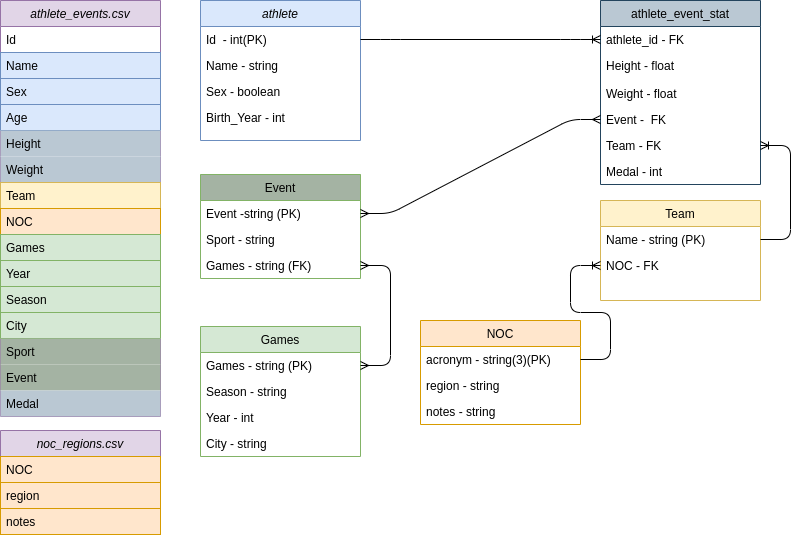
The draw.io diagram diagrama_db.png in leonardostefan/ps_celero_2021, before a commit. Source tidied: cells renumbered, new cells last; positions are measured from the earlier drawing's top-left corner, leaving out a move shared by most shapes.
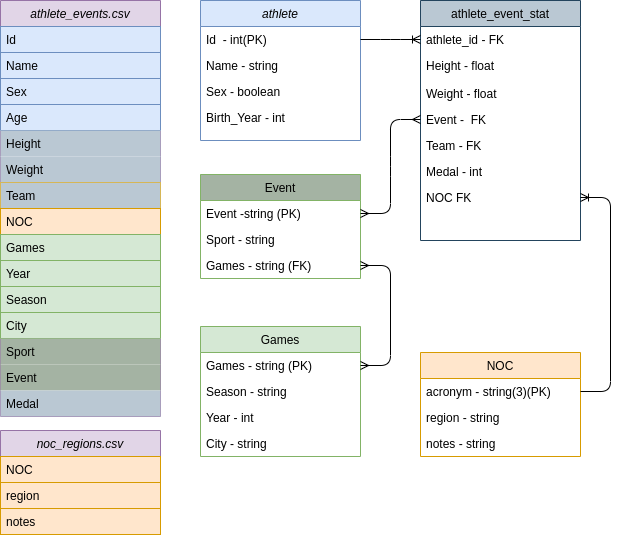
After the change.

Diff of the diagram source:
```diff
@@ -17,15 +17,6 @@
     <mxCell id="6" value="Birth_Year - int" style="text;align=left;verticalAlign=top;spacingLeft=4;spacingRight=4;overflow=hidden;rounded=0;shadow=0;html=0;" parent="2" vertex="1">
       <mxGeometry y="104" width="160" height="26" as="geometry" />
     </mxCell>
-    <mxCell id="7" value="Team" style="swimlane;fontStyle=0;align=center;verticalAlign=top;horizontal=1;startSize=26;rounded=0;shadow=0;strokeWidth=1;fillColor=#fff2cc;strokeColor=#d6b656;" parent="1" vertex="1">
-      <mxGeometry x="600" y="200" width="160" height="100" as="geometry" />
-    </mxCell>
-    <mxCell id="8" value="Name - string (PK)" style="text;align=left;verticalAlign=top;spacingLeft=4;spacingRight=4;overflow=hidden;points=[[0,0.5],[1,0.5]];portConstraint=eastwest;" parent="7" vertex="1">
-      <mxGeometry y="26" width="160" height="26" as="geometry" />
-    </mxCell>
-    <mxCell id="9" value="NOC - FK" style="text;align=left;verticalAlign=top;spacingLeft=4;spacingRight=4;overflow=hidden;points=[[0,0.5],[1,0.5]];portConstraint=eastwest;rounded=0;shadow=0;html=0;" parent="7" vertex="1">
-      <mxGeometry y="52" width="160" height="26" as="geometry" />
-    </mxCell>
     <mxCell id="10" value="Event" style="swimlane;fontStyle=0;align=center;verticalAlign=top;horizontal=1;startSize=26;rounded=0;shadow=0;strokeWidth=1;strokeColor=#82b366;fillColor=#A4B3A3;" parent="1" vertex="1">
       <mxGeometry x="200" y="174" width="160" height="104" as="geometry" />
     </mxCell>
@@ -39,7 +30,7 @@
       <mxGeometry y="78" width="160" height="26" as="geometry" />
     </mxCell>
     <mxCell id="14" value="athlete_event_stat" style="swimlane;fontStyle=0;align=center;verticalAlign=top;horizontal=1;startSize=26;rounded=0;shadow=0;strokeWidth=1;strokeColor=#23445d;fillColor=#BAC8D3;" parent="1" vertex="1">
-      <mxGeometry x="600" width="160" height="184" as="geometry" />
+      <mxGeometry x="420" width="160" height="240" as="geometry" />
     </mxCell>
     <mxCell id="15" value="athlete_id - FK" style="text;align=left;verticalAlign=top;spacingLeft=4;spacingRight=4;overflow=hidden;points=[[0,0.5],[1,0.5]];portConstraint=eastwest;rounded=0;shadow=0;html=0;" parent="14" vertex="1">
       <mxGeometry y="26" width="160" height="26" as="geometry" />
@@ -59,10 +50,13 @@
     <mxCell id="20" value="Medal - int" style="text;align=left;verticalAlign=top;spacingLeft=4;spacingRight=4;overflow=hidden;rounded=0;shadow=0;html=0;" parent="14" vertex="1">
       <mxGeometry y="158" width="160" height="26" as="geometry" />
     </mxCell>
+    <mxCell id="55" value="NOC FK" style="text;align=left;verticalAlign=top;spacingLeft=4;spacingRight=4;overflow=hidden;points=[[0,0.5],[1,0.5]];portConstraint=eastwest;rounded=0;shadow=0;html=0;" parent="14" vertex="1">
+      <mxGeometry y="184" width="160" height="26" as="geometry" />
+    </mxCell>
     <mxCell id="21" value="athlete_events.csv" style="swimlane;fontStyle=2;align=center;verticalAlign=top;horizontal=1;startSize=26;rounded=0;shadow=0;strokeWidth=1;fillColor=#e1d5e7;strokeColor=#9673a6;" parent="1" vertex="1">
       <mxGeometry width="160" height="416" as="geometry" />
     </mxCell>
-    <mxCell id="22" value="Id&#10;" style="text;align=left;verticalAlign=top;spacingLeft=4;spacingRight=4;overflow=hidden;" parent="21" vertex="1">
+    <mxCell id="22" value="Id&#10;" style="text;align=left;verticalAlign=top;spacingLeft=4;spacingRight=4;overflow=hidden;fillColor=#dae8fc;strokeColor=#6c8ebf;" parent="21" vertex="1">
       <mxGeometry y="26" width="160" height="26" as="geometry" />
     </mxCell>
     <mxCell id="23" value="Name" style="text;align=left;verticalAlign=top;spacingLeft=4;spacingRight=4;overflow=hidden;rounded=0;shadow=0;html=0;fillColor=#dae8fc;strokeColor=#6c8ebf;" parent="21" vertex="1">
@@ -80,7 +74,7 @@
     <mxCell id="27" value="Weight" style="text;align=left;verticalAlign=top;spacingLeft=4;spacingRight=4;overflow=hidden;rounded=0;shadow=0;html=0;fillColor=#bac8d3;" parent="21" vertex="1">
       <mxGeometry y="156" width="160" height="26" as="geometry" />
     </mxCell>
-    <mxCell id="28" value="Team" style="text;align=left;verticalAlign=top;spacingLeft=4;spacingRight=4;overflow=hidden;rounded=0;shadow=0;html=0;fillColor=#fff2cc;strokeColor=#d6b656;" parent="21" vertex="1">
+    <mxCell id="28" value="Team" style="text;align=left;verticalAlign=top;spacingLeft=4;spacingRight=4;overflow=hidden;rounded=0;shadow=0;html=0;strokeColor=#d6b656;fillColor=#BAC8D3;" parent="21" vertex="1">
       <mxGeometry y="182" width="160" height="26" as="geometry" />
     </mxCell>
     <mxCell id="29" value="NOC" style="text;align=left;verticalAlign=top;spacingLeft=4;spacingRight=4;overflow=hidden;rounded=0;shadow=0;html=0;fillColor=#ffe6cc;strokeColor=#d79b00;" parent="21" vertex="1">
@@ -108,7 +102,7 @@
       <mxGeometry y="390" width="160" height="26" as="geometry" />
     </mxCell>
     <mxCell id="37" value="NOC" style="swimlane;fontStyle=0;align=center;verticalAlign=top;horizontal=1;startSize=26;rounded=0;shadow=0;strokeWidth=1;fillColor=#ffe6cc;strokeColor=#d79b00;" parent="1" vertex="1">
-      <mxGeometry x="420" y="320" width="160" height="104" as="geometry" />
+      <mxGeometry x="420" y="352" width="160" height="104" as="geometry" />
     </mxCell>
     <mxCell id="38" value="acronym - string(3)(PK)" style="text;align=left;verticalAlign=top;spacingLeft=4;spacingRight=4;overflow=hidden;points=[[0,0.5],[1,0.5]];portConstraint=eastwest;" parent="37" vertex="1">
       <mxGeometry y="26" width="160" height="26" as="geometry" />
@@ -149,10 +143,7 @@
     <mxCell id="50" style="edgeStyle=entityRelationEdgeStyle;fontSize=12;html=1;endArrow=ERoneToMany;exitX=1;exitY=0.5;exitDx=0;exitDy=0;entryX=0;entryY=0.5;entryDx=0;entryDy=0;" parent="1" edge="1" source="3" target="15">
       <mxGeometry relative="1" as="geometry" />
     </mxCell>
-    <mxCell id="51" style="edgeStyle=entityRelationEdgeStyle;fontSize=12;html=1;endArrow=ERoneToMany;exitX=1;exitY=0.5;exitDx=0;exitDy=0;entryX=1;entryY=0.5;entryDx=0;entryDy=0;" parent="1" edge="1" source="8" target="19">
-      <mxGeometry relative="1" as="geometry" />
-    </mxCell>
-    <mxCell id="52" style="edgeStyle=entityRelationEdgeStyle;fontSize=12;html=1;endArrow=ERoneToMany;exitX=1;exitY=0.5;exitDx=0;exitDy=0;entryX=0;entryY=0.5;entryDx=0;entryDy=0;" parent="1" edge="1" source="38" target="9">
+    <mxCell id="52" style="edgeStyle=entityRelationEdgeStyle;fontSize=12;html=1;endArrow=ERoneToMany;exitX=1;exitY=0.5;exitDx=0;exitDy=0;entryX=1;entryY=0.5;entryDx=0;entryDy=0;" parent="1" edge="1" source="38" target="55">
       <mxGeometry relative="1" as="geometry" />
     </mxCell>
     <mxCell id="53" style="edgeStyle=entityRelationEdgeStyle;fontSize=12;html=1;endArrow=ERmany;startArrow=ERmany;entryX=0;entryY=0.5;entryDx=0;entryDy=0;exitX=1;exitY=0.5;exitDx=0;exitDy=0;" parent="1" edge="1" source="11" target="18">
```
